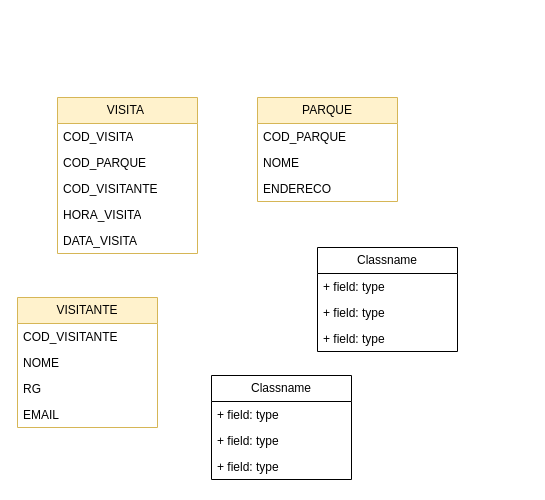
NicolasKevin2/BD keeps this draw.io diagram as Aula05.drawio. Above is the earlier version. Source tidied: cells renumbered, new cells numbered last; positions are measured from the earlier drawing's top-left corner, leaving out a move shared by most shapes. Both pictures are drawn from the tidied source at 100%, with x=0, y=0 at pixel (17, 97).
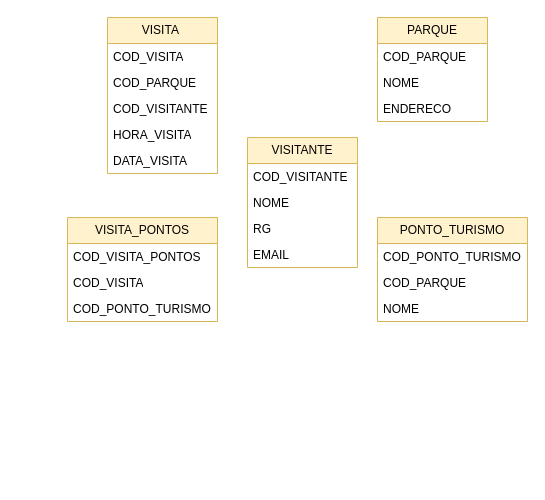
The same page after the edit.

Change to the diagram source:
```diff
@@
     <mxCell id="2" value="VISITA&amp;nbsp;" style="swimlane;fontStyle=0;horizontal=1;startSize=26;fillColor=#fff2cc;whiteSpace=wrap;html=1;strokeColor=#d6b656;" parent="1" vertex="1">
-      <mxGeometry x="40" width="140" height="156" as="geometry" />
+      <mxGeometry x="90" y="-80" width="110" height="156" as="geometry" />
     </mxCell>
     <mxCell id="3" value="COD_VISITA" style="text;strokeColor=none;fillColor=none;align=left;verticalAlign=top;spacingLeft=4;spacingRight=4;overflow=hidden;whiteSpace=wrap;html=1;" parent="2" vertex="1">
-      <mxGeometry y="26" width="140" height="26" as="geometry" />
+      <mxGeometry y="26" width="110" height="26" as="geometry" />
     </mxCell>
     <mxCell id="4" value="COD_PARQUE" style="text;strokeColor=none;fillColor=none;align=left;verticalAlign=top;spacingLeft=4;spacingRight=4;overflow=hidden;whiteSpace=wrap;html=1;" parent="2" vertex="1">
-      <mxGeometry y="52" width="140" height="26" as="geometry" />
+      <mxGeometry y="52" width="110" height="26" as="geometry" />
     </mxCell>
     <mxCell id="5" value="COD_VISITANTE" style="text;strokeColor=none;fillColor=none;align=left;verticalAlign=top;spacingLeft=4;spacingRight=4;overflow=hidden;whiteSpace=wrap;html=1;" parent="2" vertex="1">
-      <mxGeometry y="78" width="140" height="26" as="geometry" />
+      <mxGeometry y="78" width="110" height="26" as="geometry" />
     </mxCell>
     <mxCell id="6" value="HORA_VISITA" style="text;strokeColor=none;fillColor=none;align=left;verticalAlign=top;spacingLeft=4;spacingRight=4;overflow=hidden;whiteSpace=wrap;html=1;" parent="2" vertex="1">
-      <mxGeometry y="104" width="140" height="26" as="geometry" />
+      <mxGeometry y="104" width="110" height="26" as="geometry" />
     </mxCell>
     <mxCell id="7" value="DATA_VISITA" style="text;strokeColor=none;fillColor=none;align=left;verticalAlign=top;spacingLeft=4;spacingRight=4;overflow=hidden;whiteSpace=wrap;html=1;" parent="2" vertex="1">
-      <mxGeometry y="130" width="140" height="26" as="geometry" />
+      <mxGeometry y="130" width="110" height="26" as="geometry" />
     </mxCell>
     <mxCell id="8" value="PARQUE" style="swimlane;fontStyle=0;horizontal=1;startSize=26;fillColor=#fff2cc;whiteSpace=wrap;html=1;strokeColor=#d6b656;" parent="1" vertex="1">
-      <mxGeometry x="240" width="140" height="104" as="geometry" />
+      <mxGeometry x="360" y="-80" width="110" height="104" as="geometry" />
     </mxCell>
     <mxCell id="9" value="COD_PARQUE" style="text;strokeColor=none;fillColor=none;align=left;verticalAlign=top;spacingLeft=4;spacingRight=4;overflow=hidden;whiteSpace=wrap;html=1;" parent="8" vertex="1">
-      <mxGeometry y="26" width="140" height="26" as="geometry" />
+      <mxGeometry y="26" width="110" height="26" as="geometry" />
     </mxCell>
     <mxCell id="10" value="NOME" style="text;strokeColor=none;fillColor=none;align=left;verticalAlign=top;spacingLeft=4;spacingRight=4;overflow=hidden;whiteSpace=wrap;html=1;" parent="8" vertex="1">
-      <mxGeometry y="52" width="140" height="26" as="geometry" />
+      <mxGeometry y="52" width="110" height="26" as="geometry" />
     </mxCell>
     <mxCell id="11" value="ENDERECO" style="text;strokeColor=none;fillColor=none;align=left;verticalAlign=top;spacingLeft=4;spacingRight=4;overflow=hidden;whiteSpace=wrap;html=1;" parent="8" vertex="1">
-      <mxGeometry y="78" width="140" height="26" as="geometry" />
+      <mxGeometry y="78" width="110" height="26" as="geometry" />
     </mxCell>
-    <mxCell id="12" value="Classname" style="swimlane;fontStyle=0;horizontal=1;startSize=26;fillColor=none;whiteSpace=wrap;html=1;" parent="1" vertex="1">
-      <mxGeometry x="300" y="150" width="140" height="104" as="geometry" />
+    <mxCell id="12" value="PONTO_TURISMO" style="swimlane;fontStyle=0;horizontal=1;startSize=26;fillColor=#fff2cc;whiteSpace=wrap;html=1;strokeColor=#d6b656;" parent="1" vertex="1">
+      <mxGeometry x="360" y="120" width="150" height="104" as="geometry" />
     </mxCell>
-    <mxCell id="13" value="+ field: type" style="text;strokeColor=none;fillColor=none;align=left;verticalAlign=top;spacingLeft=4;spacingRight=4;overflow=hidden;whiteSpace=wrap;html=1;" parent="12" vertex="1">
-      <mxGeometry y="26" width="140" height="26" as="geometry" />
+    <mxCell id="13" value="COD_PONTO_TURISMO" style="text;strokeColor=none;fillColor=none;align=left;verticalAlign=top;spacingLeft=4;spacingRight=4;overflow=hidden;whiteSpace=wrap;html=1;" parent="12" vertex="1">
+      <mxGeometry y="26" width="150" height="26" as="geometry" />
     </mxCell>
-    <mxCell id="14" value="+ field: type" style="text;strokeColor=none;fillColor=none;align=left;verticalAlign=top;spacingLeft=4;spacingRight=4;overflow=hidden;whiteSpace=wrap;html=1;" parent="12" vertex="1">
-      <mxGeometry y="52" width="140" height="26" as="geometry" />
+    <mxCell id="14" value="COD_PARQUE" style="text;strokeColor=none;fillColor=none;align=left;verticalAlign=top;spacingLeft=4;spacingRight=4;overflow=hidden;whiteSpace=wrap;html=1;" parent="12" vertex="1">
+      <mxGeometry y="52" width="150" height="26" as="geometry" />
     </mxCell>
-    <mxCell id="15" value="+ field: type" style="text;strokeColor=none;fillColor=none;align=left;verticalAlign=top;spacingLeft=4;spacingRight=4;overflow=hidden;whiteSpace=wrap;html=1;" parent="12" vertex="1">
-      <mxGeometry y="78" width="140" height="26" as="geometry" />
+    <mxCell id="15" value="NOME" style="text;strokeColor=none;fillColor=none;align=left;verticalAlign=top;spacingLeft=4;spacingRight=4;overflow=hidden;whiteSpace=wrap;html=1;" parent="12" vertex="1">
+      <mxGeometry y="78" width="150" height="26" as="geometry" />
     </mxCell>
     <mxCell id="16" value="VISITANTE" style="swimlane;fontStyle=0;horizontal=1;startSize=26;fillColor=#fff2cc;whiteSpace=wrap;html=1;strokeColor=#d6b656;" parent="1" vertex="1">
-      <mxGeometry y="200" width="140" height="130" as="geometry" />
+      <mxGeometry x="230" y="40" width="110" height="130" as="geometry" />
     </mxCell>
     <mxCell id="17" value="COD_VISITANTE" style="text;strokeColor=none;fillColor=none;align=left;verticalAlign=top;spacingLeft=4;spacingRight=4;overflow=hidden;whiteSpace=wrap;html=1;" parent="16" vertex="1">
-      <mxGeometry y="26" width="140" height="26" as="geometry" />
+      <mxGeometry y="26" width="110" height="26" as="geometry" />
     </mxCell>
     <mxCell id="18" value="NOME" style="text;strokeColor=none;fillColor=none;align=left;verticalAlign=top;spacingLeft=4;spacingRight=4;overflow=hidden;whiteSpace=wrap;html=1;" parent="16" vertex="1">
-      <mxGeometry y="52" width="140" height="26" as="geometry" />
+      <mxGeometry y="52" width="110" height="26" as="geometry" />
     </mxCell>
     <mxCell id="19" value="RG" style="text;strokeColor=none;fillColor=none;align=left;verticalAlign=top;spacingLeft=4;spacingRight=4;overflow=hidden;whiteSpace=wrap;html=1;" parent="16" vertex="1">
-      <mxGeometry y="78" width="140" height="26" as="geometry" />
+      <mxGeometry y="78" width="110" height="26" as="geometry" />
     </mxCell>
     <mxCell id="20" value="EMAIL" style="text;strokeColor=none;fillColor=none;align=left;verticalAlign=top;spacingLeft=4;spacingRight=4;overflow=hidden;whiteSpace=wrap;html=1;" parent="16" vertex="1">
-      <mxGeometry y="104" width="140" height="26" as="geometry" />
+      <mxGeometry y="104" width="110" height="26" as="geometry" />
     </mxCell>
-    <mxCell id="21" value="Classname" style="swimlane;fontStyle=0;horizontal=1;startSize=26;fillColor=none;whiteSpace=wrap;html=1;" parent="1" vertex="1">
-      <mxGeometry x="194" y="278" width="140" height="104" as="geometry" />
+    <mxCell id="21" value="VISITA_PONTOS" style="swimlane;fontStyle=0;horizontal=1;startSize=26;fillColor=#fff2cc;whiteSpace=wrap;html=1;strokeColor=#d6b656;" parent="1" vertex="1">
+      <mxGeometry x="50" y="120" width="150" height="104" as="geometry" />
     </mxCell>
-    <mxCell id="22" value="+ field: type" style="text;strokeColor=none;fillColor=none;align=left;verticalAlign=top;spacingLeft=4;spacingRight=4;overflow=hidden;whiteSpace=wrap;html=1;" parent="21" vertex="1">
-      <mxGeometry y="26" width="140" height="26" as="geometry" />
+    <mxCell id="22" value="COD_VISITA_PONTOS" style="text;strokeColor=none;fillColor=none;align=left;verticalAlign=top;spacingLeft=4;spacingRight=4;overflow=hidden;whiteSpace=wrap;html=1;" parent="21" vertex="1">
+      <mxGeometry y="26" width="150" height="26" as="geometry" />
     </mxCell>
-    <mxCell id="23" value="+ field: type" style="text;strokeColor=none;fillColor=none;align=left;verticalAlign=top;spacingLeft=4;spacingRight=4;overflow=hidden;whiteSpace=wrap;html=1;" parent="21" vertex="1">
-      <mxGeometry y="52" width="140" height="26" as="geometry" />
+    <mxCell id="23" value="COD_VISITA" style="text;strokeColor=none;fillColor=none;align=left;verticalAlign=top;spacingLeft=4;spacingRight=4;overflow=hidden;whiteSpace=wrap;html=1;" parent="21" vertex="1">
+      <mxGeometry y="52" width="150" height="26" as="geometry" />
     </mxCell>
-    <mxCell id="24" value="+ field: type" style="text;strokeColor=none;fillColor=none;align=left;verticalAlign=top;spacingLeft=4;spacingRight=4;overflow=hidden;whiteSpace=wrap;html=1;" parent="21" vertex="1">
-      <mxGeometry y="78" width="140" height="26" as="geometry" />
+    <mxCell id="24" value="COD_PONTO_TURISMO" style="text;strokeColor=none;fillColor=none;align=left;verticalAlign=top;spacingLeft=4;spacingRight=4;overflow=hidden;whiteSpace=wrap;html=1;" parent="21" vertex="1">
+      <mxGeometry y="78" width="150" height="26" as="geometry" />
     </mxCell>
```
